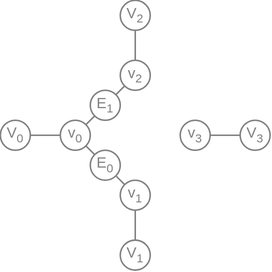
Above: wiki/MeshGraphEdgesGraph.svg in YoanWithY/kayo (draw.io), before the change. Source tidied: cells renumbered, new cells last; positions are measured from the earlier drawing's top-left corner, leaving out a move shared by most shapes.
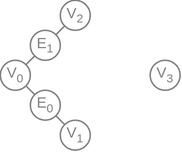
The same diagram one commit later.

Change to the diagram source:
```diff
@@ -2,58 +2,49 @@
   <root>
     <mxCell id="0" />
     <mxCell id="1" value="EdgesGraph" parent="0" />
-    <mxCell id="2" style="edgeStyle=none;html=1;endArrow=none;endFill=0;strokeColor=#808080;" parent="1" edge="1" source="3" target="5">
-      <mxGeometry relative="1" as="geometry" />
+    <mxCell id="2" style="edgeStyle=none;html=1;endArrow=none;endFill=0;strokeColor=#808080;" parent="1" edge="1" source="3">
+      <mxGeometry relative="1" as="geometry">
+        <mxPoint x="40" y="90" as="targetPoint" />
+      </mxGeometry>
     </mxCell>
     <mxCell id="3" value="V&lt;sub style=&quot;&quot;&gt;&lt;font style=&quot;font-size: 8px;&quot;&gt;0&lt;/font&gt;&lt;/sub&gt;" style="ellipse;whiteSpace=wrap;html=1;fontSize=10;fillColor=none;strokeColor=#808080;fontColor=#808080;" parent="1" vertex="1">
-      <mxGeometry y="80" width="20" height="20" as="geometry" />
+      <mxGeometry x="40" y="80" width="20" height="20" as="geometry" />
     </mxCell>
-    <mxCell id="4" style="edgeStyle=none;shape=connector;rounded=1;html=1;labelBackgroundColor=default;strokeColor=#808080;fontFamily=Helvetica;fontSize=11;fontColor=default;endArrow=none;endFill=0;" parent="1" edge="1" source="5" target="15">
+    <mxCell id="4" style="edgeStyle=none;shape=connector;rounded=1;html=1;labelBackgroundColor=default;strokeColor=#808080;fontFamily=Helvetica;fontSize=11;fontColor=default;endArrow=none;endFill=0;" parent="1" edge="1" source="3" target="15">
       <mxGeometry relative="1" as="geometry" />
     </mxCell>
-    <mxCell id="5" value="v&lt;sub style=&quot;&quot;&gt;&lt;font style=&quot;font-size: 8px;&quot;&gt;0&lt;/font&gt;&lt;/sub&gt;" style="ellipse;whiteSpace=wrap;html=1;fontSize=10;fillColor=none;strokeColor=#808080;fontColor=#808080;" parent="1" vertex="1">
-      <mxGeometry x="40" y="80" width="20" height="20" as="geometry" />
-    </mxCell>
-    <mxCell id="6" style="edgeStyle=none;html=1;endArrow=none;endFill=0;strokeColor=#808080;" parent="1" edge="1" source="7" target="8">
-      <mxGeometry relative="1" as="geometry" />
+    <mxCell id="6" style="edgeStyle=none;html=1;endArrow=none;endFill=0;strokeColor=#808080;" parent="1" edge="1" source="7">
+      <mxGeometry relative="1" as="geometry">
+        <mxPoint x="90" y="140" as="targetPoint" />
+      </mxGeometry>
     </mxCell>
     <mxCell id="7" value="V&lt;sub style=&quot;&quot;&gt;&lt;font style=&quot;font-size: 8px;&quot;&gt;1&lt;/font&gt;&lt;/sub&gt;" style="ellipse;whiteSpace=wrap;html=1;fontSize=10;fillColor=none;strokeColor=#808080;fontColor=#808080;" parent="1" vertex="1">
-      <mxGeometry x="80" y="160" width="20" height="20" as="geometry" />
+      <mxGeometry x="80" y="120" width="20" height="20" as="geometry" />
     </mxCell>
-    <mxCell id="8" value="v&lt;sub style=&quot;&quot;&gt;&lt;font style=&quot;font-size: 8px;&quot;&gt;1&lt;/font&gt;&lt;/sub&gt;" style="ellipse;whiteSpace=wrap;html=1;fontSize=10;fillColor=none;strokeColor=#808080;fontColor=#808080;" parent="1" vertex="1">
-      <mxGeometry x="80" y="120" width="20" height="20" as="geometry" />
-    </mxCell>
-    <mxCell id="9" style="edgeStyle=none;html=1;endArrow=none;endFill=0;strokeColor=#808080;" parent="1" edge="1" source="10" target="11">
-      <mxGeometry relative="1" as="geometry" />
+    <mxCell id="9" style="edgeStyle=none;html=1;endArrow=none;endFill=0;strokeColor=#808080;" parent="1" edge="1" source="10">
+      <mxGeometry relative="1" as="geometry">
+        <mxPoint x="90" y="40" as="targetPoint" />
+      </mxGeometry>
     </mxCell>
     <mxCell id="10" value="V&lt;sub style=&quot;&quot;&gt;&lt;font style=&quot;font-size: 8px;&quot;&gt;2&lt;/font&gt;&lt;/sub&gt;" style="ellipse;whiteSpace=wrap;html=1;fontSize=10;fillColor=none;strokeColor=#808080;fontColor=#808080;" parent="1" vertex="1">
-      <mxGeometry x="80" width="20" height="20" as="geometry" />
+      <mxGeometry x="80" y="40" width="20" height="20" as="geometry" />
     </mxCell>
-    <mxCell id="11" value="v&lt;sub style=&quot;&quot;&gt;&lt;font style=&quot;font-size: 8px;&quot;&gt;2&lt;/font&gt;&lt;/sub&gt;" style="ellipse;whiteSpace=wrap;html=1;fontSize=10;fillColor=none;strokeColor=#808080;fontColor=#808080;" parent="1" vertex="1">
-      <mxGeometry x="80" y="40" width="20" height="20" as="geometry" />
-    </mxCell>
-    <mxCell id="12" style="edgeStyle=none;html=1;endArrow=none;endFill=0;strokeColor=#808080;" parent="1" edge="1" source="13" target="14">
-      <mxGeometry relative="1" as="geometry" />
-    </mxCell>
     <mxCell id="13" value="V&lt;sub style=&quot;&quot;&gt;&lt;font style=&quot;font-size: 8px;&quot;&gt;3&lt;/font&gt;&lt;/sub&gt;" style="ellipse;whiteSpace=wrap;html=1;fontSize=10;fillColor=none;strokeColor=#808080;fontColor=#808080;" parent="1" vertex="1">
-      <mxGeometry x="160" y="80" width="20" height="20" as="geometry" />
+      <mxGeometry x="140" y="80" width="20" height="20" as="geometry" />
     </mxCell>
-    <mxCell id="14" value="v&lt;sub style=&quot;&quot;&gt;&lt;font style=&quot;font-size: 8px;&quot;&gt;3&lt;/font&gt;&lt;/sub&gt;" style="ellipse;whiteSpace=wrap;html=1;fontSize=10;fillColor=none;strokeColor=#808080;fontColor=#808080;" parent="1" vertex="1">
-      <mxGeometry x="120" y="80" width="20" height="20" as="geometry" />
-    </mxCell>
     <mxCell id="15" value="E&lt;sub style=&quot;&quot;&gt;&lt;font style=&quot;font-size: 8px;&quot;&gt;0&lt;/font&gt;&lt;/sub&gt;" style="ellipse;whiteSpace=wrap;html=1;fontSize=10;fillColor=none;strokeColor=#808080;fontColor=#808080;" parent="1" vertex="1">
       <mxGeometry x="60" y="100" width="20" height="20" as="geometry" />
     </mxCell>
     <mxCell id="16" value="E&lt;sub style=&quot;&quot;&gt;&lt;font style=&quot;font-size: 8px;&quot;&gt;1&lt;/font&gt;&lt;/sub&gt;" style="ellipse;whiteSpace=wrap;html=1;fontSize=10;fillColor=none;strokeColor=#808080;fontColor=#808080;" parent="1" vertex="1">
       <mxGeometry x="60" y="60" width="20" height="20" as="geometry" />
     </mxCell>
-    <mxCell id="17" style="edgeStyle=none;shape=connector;rounded=1;html=1;labelBackgroundColor=default;strokeColor=#808080;fontFamily=Helvetica;fontSize=11;fontColor=default;endArrow=none;endFill=0;" parent="1" edge="1" source="16" target="5">
+    <mxCell id="17" style="edgeStyle=none;shape=connector;rounded=1;html=1;labelBackgroundColor=default;strokeColor=#808080;fontFamily=Helvetica;fontSize=11;fontColor=default;endArrow=none;endFill=0;" parent="1" edge="1" source="16" target="3">
       <mxGeometry relative="1" as="geometry" />
     </mxCell>
-    <mxCell id="18" style="edgeStyle=none;shape=connector;rounded=1;html=1;labelBackgroundColor=default;strokeColor=#808080;fontFamily=Helvetica;fontSize=11;fontColor=default;endArrow=none;endFill=0;" parent="1" edge="1" source="16" target="11">
+    <mxCell id="18" style="edgeStyle=none;shape=connector;rounded=1;html=1;labelBackgroundColor=default;strokeColor=#808080;fontFamily=Helvetica;fontSize=11;fontColor=default;endArrow=none;endFill=0;" parent="1" edge="1" source="16" target="10">
       <mxGeometry relative="1" as="geometry" />
     </mxCell>
-    <mxCell id="19" style="edgeStyle=none;shape=connector;rounded=1;html=1;labelBackgroundColor=default;strokeColor=#808080;fontFamily=Helvetica;fontSize=11;fontColor=default;endArrow=none;endFill=0;" parent="1" edge="1" source="15" target="8">
+    <mxCell id="19" style="edgeStyle=none;shape=connector;rounded=1;html=1;labelBackgroundColor=default;strokeColor=#808080;fontFamily=Helvetica;fontSize=11;fontColor=default;endArrow=none;endFill=0;" parent="1" edge="1" source="15" target="7">
       <mxGeometry relative="1" as="geometry" />
     </mxCell>
   </root>
```
